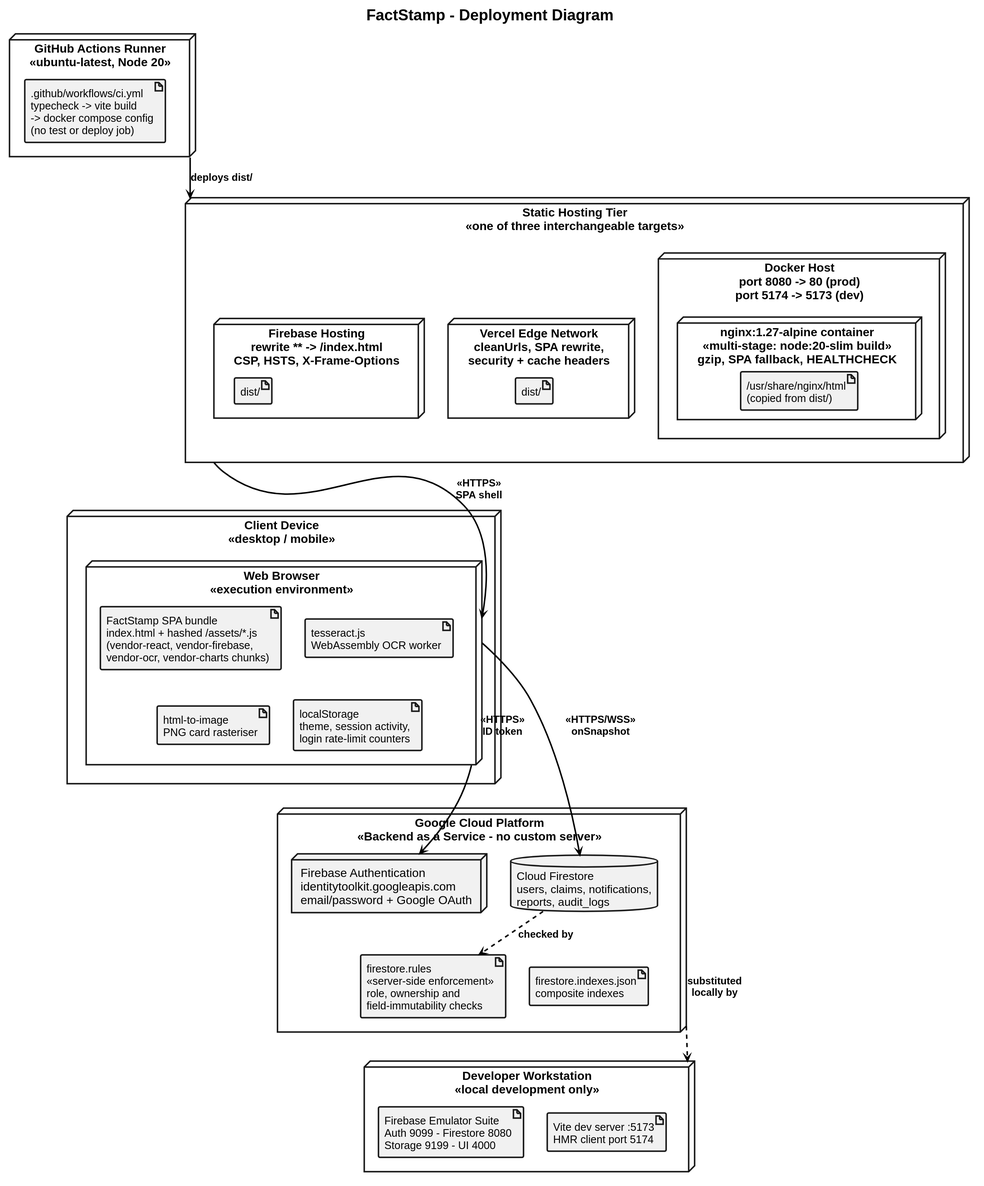
The PlantUML diagram FactStamp/black_book_draft/03_Requirements_and_Analysis/attachments/deployment_diagram.svg in aadish0day/typst, before a commit.
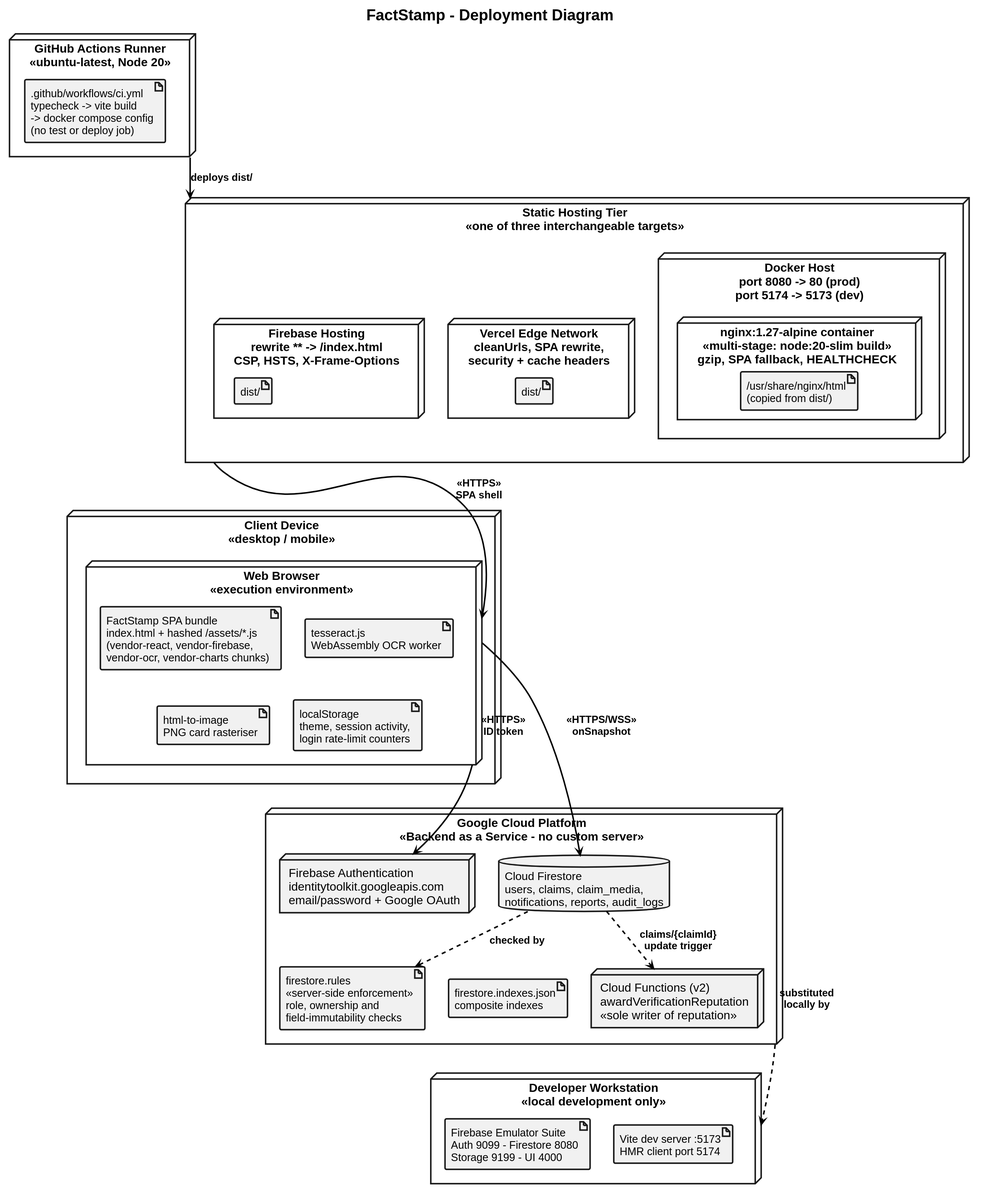
After the commit.

What changed in the source:
```diff
@@ -75,9 +75,10 @@
 
 node "Google Cloud Platform\n<<Backend as a Service - no custom server>>" as GCP {
   node "Firebase Authentication\nidentitytoolkit.googleapis.com\nemail/password + Google OAuth" as GAUTH
-  database "Cloud Firestore\nusers, claims, notifications,\nreports, audit_logs" as GDB
+  database "Cloud Firestore\nusers, claims, claim_media,\nnotifications, reports, audit_logs" as GDB
   artifact "firestore.rules\n<<server-side enforcement>>\nrole, ownership and\nfield-immutability checks" as A_RULES
   artifact "firestore.indexes.json\ncomposite indexes" as A_IDX
+  node "Cloud Functions (v2)\nawardVerificationReputation\n<<sole writer of reputation>>" as GFN
 
   GAUTH -[hidden]right- GDB
   A_RULES -[hidden]right- A_IDX
@@ -96,6 +97,7 @@
 BROWSER --> GAUTH : <<HTTPS>>\nID token
 BROWSER --> GDB : <<HTTPS/WSS>>\nonSnapshot
 GDB ..> A_RULES : checked by
+GDB ..> GFN : claims/{claimId}\nupdate trigger
 GCP ..> DEV : substituted\nlocally by
 
 A_D1 -[hidden]down- A_SPA
```
